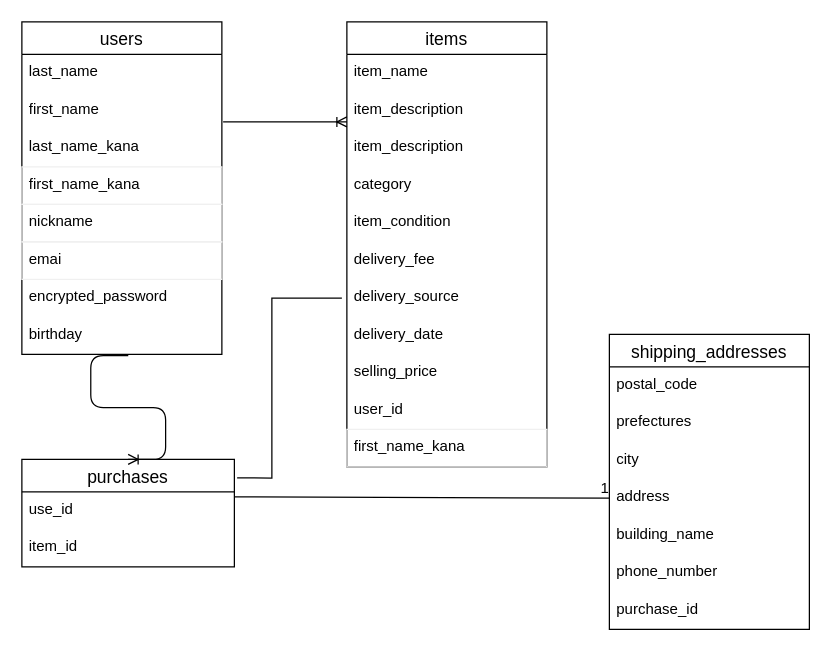
sasakink/furima-34568 keeps this draw.io diagram as test.dio. Above is the earlier version. Source tidied: cells renumbered, new cells numbered last; positions are measured from the earlier drawing's top-left corner, leaving out a move shared by most shapes. Both pictures are drawn from the tidied source at 125%, with x=0, y=0 at pixel (21, 21).
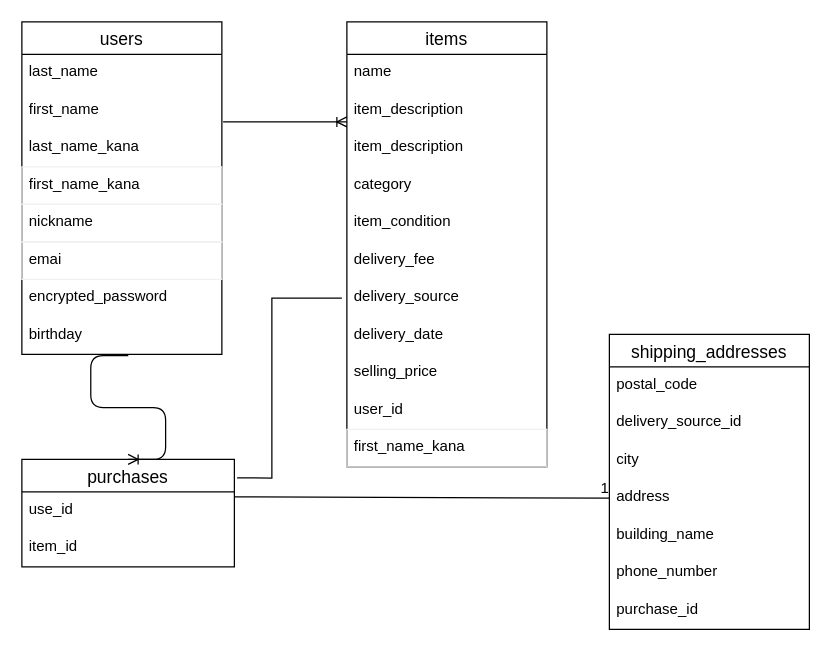
After the change.

Commit message (it also covers changes not shown here):
READMEを修正（５回目）

Unchanged cells that the change refers to:
```xml
<mxCell id="11" value="items" style="swimlane;fontStyle=0;horizontal=1;startSize=26;align=center;fontSize=14;" parent="1" vertex="1">
  <mxGeometry x="260" width="160" height="356" as="geometry" />
</mxCell>
<mxCell id="26" value="shipping_addresses" style="swimlane;fontStyle=0;horizontal=1;startSize=26;align=center;fontSize=14;" parent="1" vertex="1">
  <mxGeometry x="470" y="250" width="160" height="236" as="geometry" />
</mxCell>
```

Diff of the diagram source:
```diff
@@
-    <mxCell id="12" value="item_name" style="text;strokeColor=none;fillColor=none;spacingLeft=4;spacingRight=4;overflow=hidden;fontSize=12;" parent="11" vertex="1">
+    <mxCell id="12" value="name" style="text;strokeColor=none;fillColor=none;spacingLeft=4;spacingRight=4;overflow=hidden;fontSize=12;" parent="11" vertex="1">
       <mxGeometry y="26" width="160" height="30" as="geometry" />
     </mxCell>
@@
-    <mxCell id="28" value="prefectures" style="text;strokeColor=none;fillColor=none;spacingLeft=4;spacingRight=4;overflow=hidden;fontSize=12;" parent="26" vertex="1">
+    <mxCell id="28" value="delivery_source_id" style="text;strokeColor=none;fillColor=none;spacingLeft=4;spacingRight=4;overflow=hidden;fontSize=12;" parent="26" vertex="1">
       <mxGeometry y="56" width="160" height="30" as="geometry" />
     </mxCell>
```
